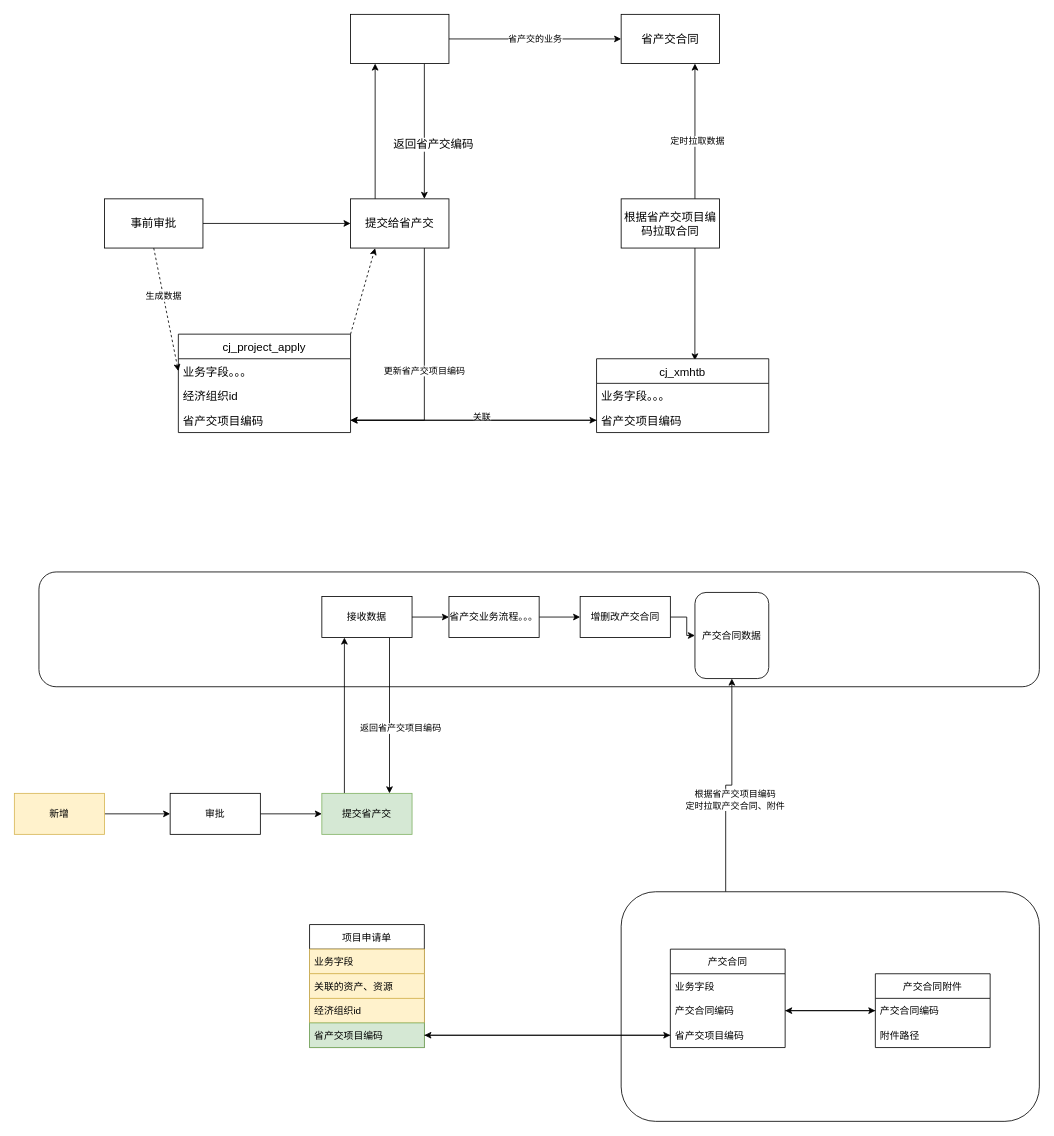
The draw.io diagram 123图.drawio in k525056857/mfr, before the edit. Source tidied: cells renumbered, new cells numbered last; positions are measured from the earlier drawing's top-left corner, leaving out a move shared by most shapes. Both pictures are drawn from the tidied source at 82%, with x=0, y=0 at pixel (14, 14).
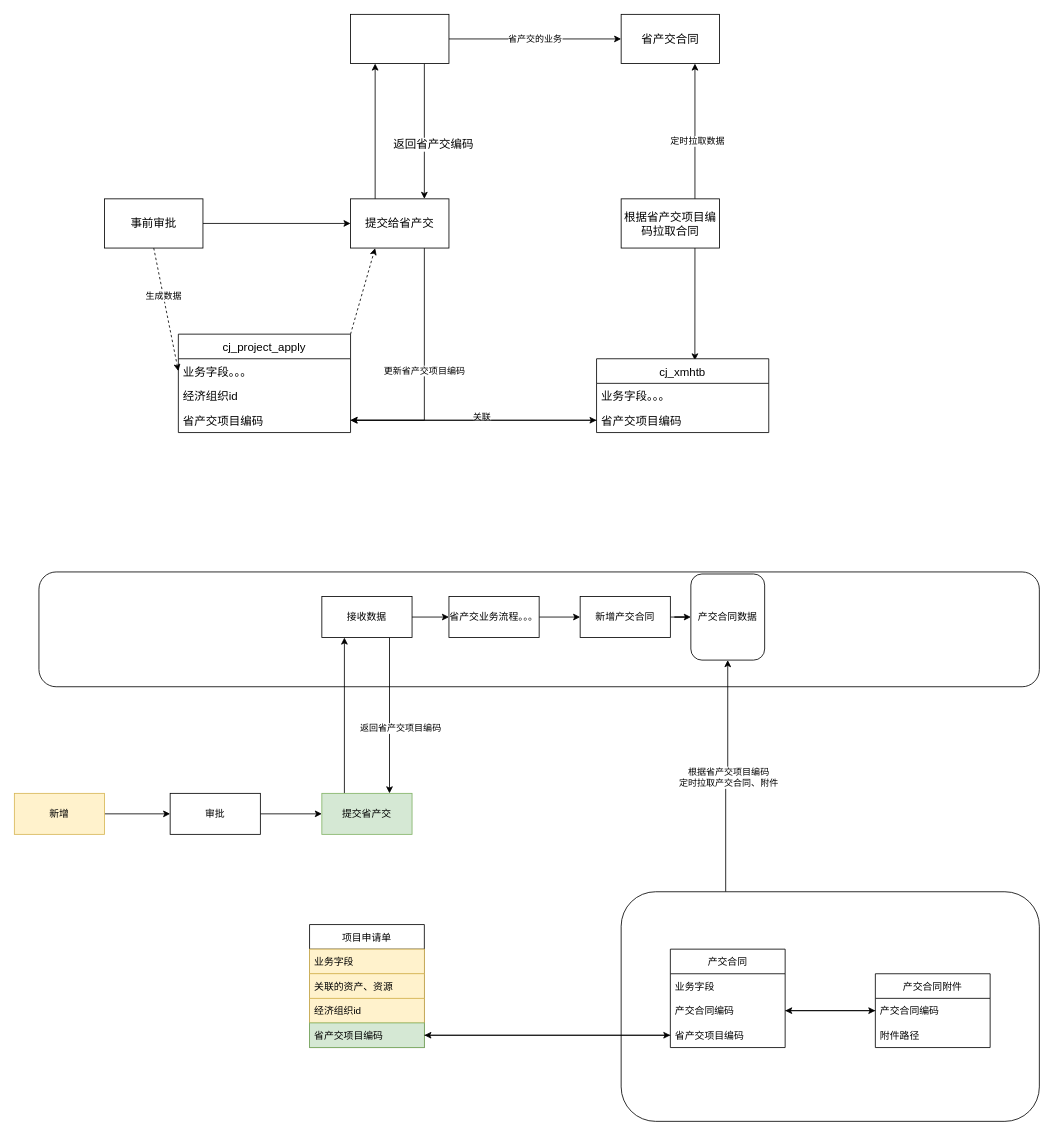
The same page after the edit.

The change refers to these unchanged cells:
```xml
<mxCell id="3" style="edgeStyle=orthogonalEdgeStyle;rounded=0;jettySize=auto;html=1;exitX=0.25;exitY=0;exitDx=0;exitDy=0;" parent="1" edge="1" source="5" target="63">
  <mxGeometry relative="1" as="geometry" />
</mxCell>
```

The edit, as a diff of the source:
```diff
@@
     <mxCell id="4" value="根据省产交项目编码&lt;br&gt;定时拉取产交合同、附件" style="edgeLabel;html=1;align=center;verticalAlign=middle;" parent="3" vertex="1">
       <mxGeometry x="0.12" y="1" relative="1" as="geometry">
-        <mxPoint x="4" y="30" as="offset" />
+        <mxPoint x="1" y="18" as="offset" />
       </mxGeometry>
     </mxCell>
@@
-    <mxCell id="62" value="增删改产交合同" style="rounded=0;whiteSpace=wrap;html=1;" parent="1" vertex="1">
+    <mxCell id="62" value="新增产交合同" style="rounded=0;whiteSpace=wrap;html=1;" parent="1" vertex="1">
       <mxGeometry x="690" y="710" width="110" height="50" as="geometry" />
     </mxCell>
     <mxCell id="63" value="产交合同数据" style="rounded=1;whiteSpace=wrap;html=1;" parent="1" vertex="1">
-      <mxGeometry x="830" y="705" width="90" height="105" as="geometry" />
+      <mxGeometry x="825" y="682.5" width="90" height="105" as="geometry" />
     </mxCell>
```
